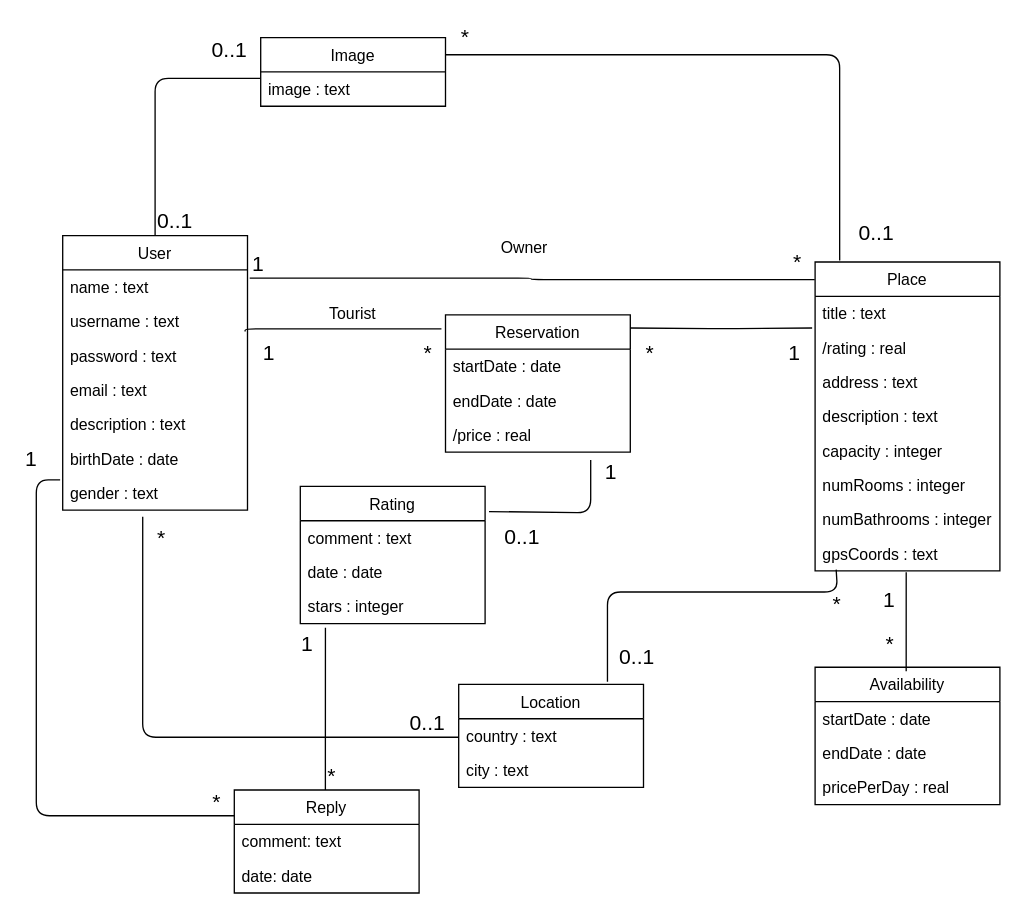
This is docs/database_diagram/DatabaseDiagram.drawio from EduRibeiro00/AgencyTravels-feup-ltw, a draw.io file, before an edit. Source tidied: cells renumbered, new cells numbered last; positions are measured from the earlier drawing's top-left corner, leaving out a move shared by most shapes. Both pictures are drawn from the tidied source at 132%, with x=0, y=0 at pixel (36, 37).
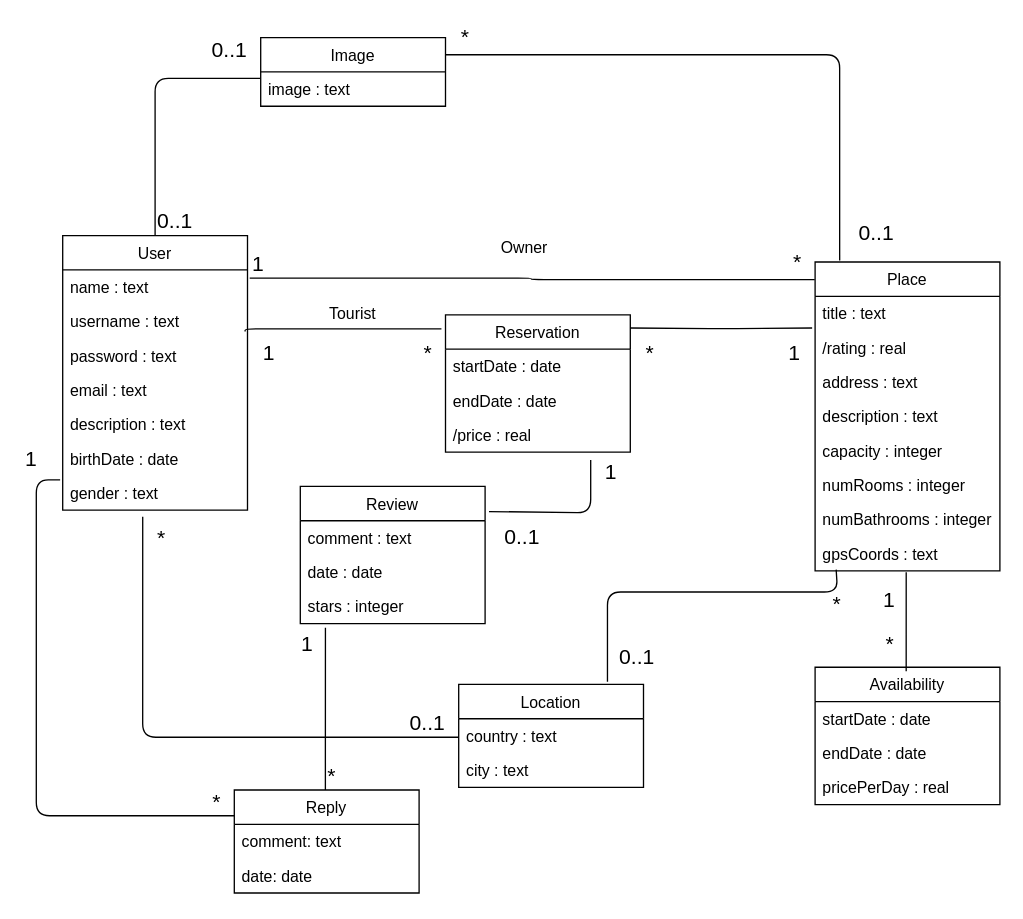
After the change.

Change to the diagram source:
```diff
@@
-    <mxCell id="28" value="Rating" style="swimlane;fontStyle=0;horizontal=1;startSize=26;fillColor=none;" parent="1" vertex="1">
+    <mxCell id="28" value="Review" style="swimlane;fontStyle=0;horizontal=1;startSize=26;fillColor=none;" parent="1" vertex="1">
       <mxGeometry x="200" y="340" width="140" height="104" as="geometry" />
     </mxCell>
```
